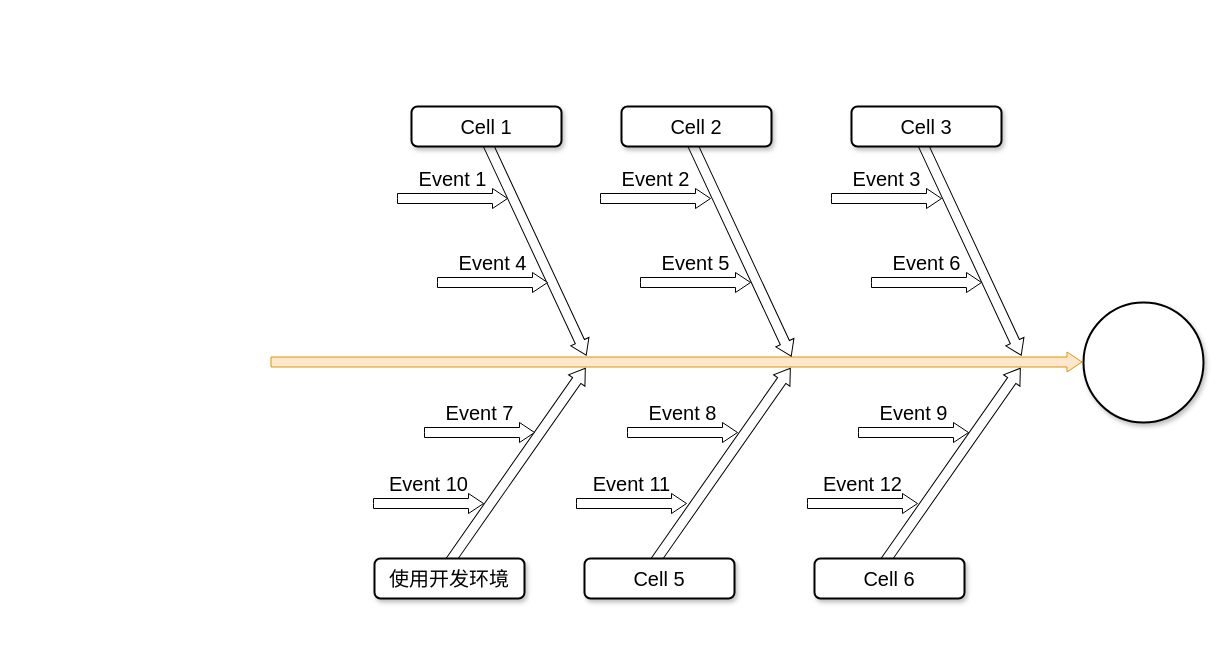
Before: 智能合约最佳实践流程.drawio in luuuuo/luuuuo_content, a draw.io diagram. Source tidied: cells renumbered, new cells numbered last; positions are measured from the earlier drawing's top-left corner, leaving out a move shared by most shapes. Both pictures are drawn from the tidied source at 100%, with x=0, y=0 at pixel (374, -44).
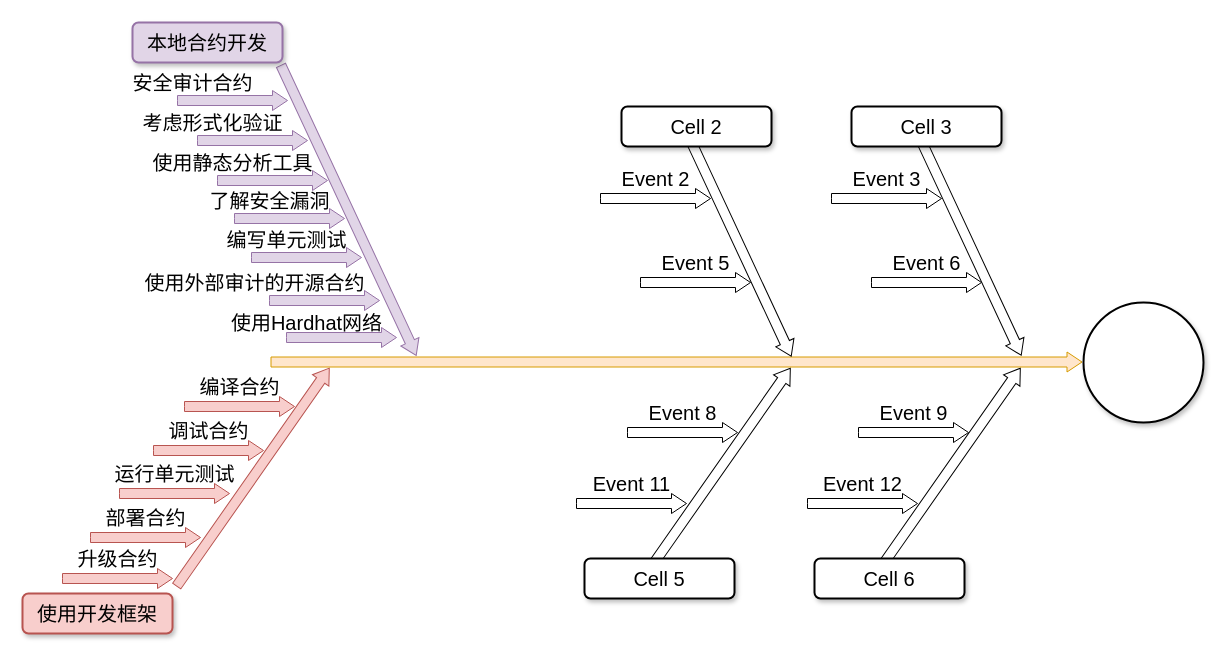
After the change.

Commit message:
更新智能合约最佳实践流程.drawio

Diff of the diagram source:
```diff
@@
-    <mxCell id="2" style="html=1;shadow=0;dashed=0;align=center;verticalAlign=middle;shape=mxgraph.arrows2.arrow;dy=0.5;dx=15;direction=north;notch=0;rounded=0;strokeWidth=1;fontSize=20;rotation=35;" parent="1" vertex="1">
-      <mxGeometry x="132" y="390" width="20" height="240" as="geometry" />
+    <mxCell id="2" style="html=1;shadow=0;dashed=0;align=center;verticalAlign=middle;shape=mxgraph.arrows2.arrow;dy=0.5;dx=15;direction=north;notch=0;rounded=0;strokeWidth=1;fontSize=20;rotation=35;fillColor=#f8cecc;strokeColor=#b85450;" parent="1" vertex="1">
+      <mxGeometry x="-131.5" y="387.6" width="20" height="266" as="geometry" />
     </mxCell>
@@
-    <mxCell id="6" style="html=1;shadow=0;dashed=0;align=center;verticalAlign=middle;shape=mxgraph.arrows2.arrow;dy=0.5;dx=15;direction=north;notch=0;rounded=0;strokeWidth=1;fontSize=20;rotation=155;" parent="1" vertex="1">
-      <mxGeometry x="151" y="170" width="20" height="240" as="geometry" />
+    <mxCell id="6" style="html=1;shadow=0;dashed=0;align=center;verticalAlign=middle;shape=mxgraph.arrows2.arrow;dy=0.5;dx=15;direction=north;notch=0;rounded=0;strokeWidth=1;fontSize=20;rotation=155;fillColor=#e1d5e7;strokeColor=#9673a6;" parent="1" vertex="1">
+      <mxGeometry x="-35.9" y="93.9" width="20" height="319.9" as="geometry" />
     </mxCell>
@@
-    <mxCell id="9" value="Cell 1" style="rounded=1;whiteSpace=wrap;html=1;shadow=1;strokeWidth=2;fontSize=20;" parent="1" vertex="1">
-      <mxGeometry x="37" y="150" width="150" height="40" as="geometry" />
+    <mxCell id="9" value="本地合约开发" style="rounded=1;whiteSpace=wrap;html=1;shadow=1;strokeWidth=2;fontSize=20;fillColor=#e1d5e7;strokeColor=#9673a6;" parent="1" vertex="1">
+      <mxGeometry x="-242" y="66" width="150" height="40" as="geometry" />
     </mxCell>
@@
-    <mxCell id="12" value="使用开发环境" style="rounded=1;whiteSpace=wrap;html=1;shadow=1;strokeWidth=2;fontSize=20;" parent="1" vertex="1">
-      <mxGeometry y="602" width="150" height="40" as="geometry" />
+    <mxCell id="12" value="使用开发框架" style="rounded=1;whiteSpace=wrap;html=1;shadow=1;strokeWidth=2;fontSize=20;fillColor=#f8cecc;strokeColor=#b85450;" parent="1" vertex="1">
+      <mxGeometry x="-352" y="637" width="150" height="40" as="geometry" />
     </mxCell>
@@
-    <mxCell id="16" value="Event 1" style="html=1;shadow=0;dashed=0;align=center;verticalAlign=middle;shape=mxgraph.arrows2.arrow;dy=0.5;dx=15;direction=north;notch=0;rounded=0;strokeWidth=1;fontSize=20;rotation=90;horizontal=0;labelPosition=left;verticalLabelPosition=middle;" parent="1" vertex="1">
-      <mxGeometry x="68" y="187" width="20" height="110" as="geometry" />
-    </mxCell>
@@
-    <mxCell id="19" value="Event 10" style="html=1;shadow=0;dashed=0;align=center;verticalAlign=middle;shape=mxgraph.arrows2.arrow;dy=0.5;dx=15;direction=north;notch=0;rounded=0;strokeWidth=1;fontSize=20;rotation=90;horizontal=0;labelPosition=left;verticalLabelPosition=middle;" parent="1" vertex="1">
-      <mxGeometry x="44" y="492" width="20" height="110" as="geometry" />
+    <mxCell id="19" value="调试合约" style="html=1;shadow=0;dashed=0;align=center;verticalAlign=middle;shape=mxgraph.arrows2.arrow;dy=0.5;dx=15;direction=north;notch=0;rounded=0;strokeWidth=1;fontSize=20;rotation=90;horizontal=0;labelPosition=left;verticalLabelPosition=middle;fillColor=#f8cecc;strokeColor=#b85450;" parent="1" vertex="1">
+      <mxGeometry x="-176" y="439" width="20" height="110" as="geometry" />
     </mxCell>
@@
-    <mxCell id="22" value="Event 4" style="html=1;shadow=0;dashed=0;align=center;verticalAlign=middle;shape=mxgraph.arrows2.arrow;dy=0.5;dx=15;direction=north;notch=0;rounded=0;strokeWidth=1;fontSize=20;rotation=90;horizontal=0;labelPosition=left;verticalLabelPosition=middle;" parent="1" vertex="1">
-      <mxGeometry x="108" y="271" width="20" height="110" as="geometry" />
-    </mxCell>
@@
-    <mxCell id="25" value="Event 7" style="html=1;shadow=0;dashed=0;align=center;verticalAlign=middle;shape=mxgraph.arrows2.arrow;dy=0.5;dx=15;direction=north;notch=0;rounded=0;strokeWidth=1;fontSize=20;rotation=90;horizontal=0;labelPosition=left;verticalLabelPosition=middle;" parent="1" vertex="1">
-      <mxGeometry x="95" y="421" width="20" height="110" as="geometry" />
+    <mxCell id="25" value="编译合约" style="html=1;shadow=0;dashed=0;align=center;verticalAlign=middle;shape=mxgraph.arrows2.arrow;dy=0.5;dx=15;direction=north;notch=0;rounded=0;strokeWidth=1;fontSize=20;rotation=90;horizontal=0;labelPosition=left;verticalLabelPosition=middle;fillColor=#f8cecc;strokeColor=#b85450;" parent="1" vertex="1">
+      <mxGeometry x="-145" y="395" width="20" height="110" as="geometry" />
     </mxCell>
@@
+    <mxCell id="28" value="部署合约" style="html=1;shadow=0;dashed=0;align=center;verticalAlign=middle;shape=mxgraph.arrows2.arrow;dy=0.5;dx=15;direction=north;notch=0;rounded=0;strokeWidth=1;fontSize=20;rotation=90;horizontal=0;labelPosition=left;verticalLabelPosition=middle;fillColor=#f8cecc;strokeColor=#b85450;" parent="1" vertex="1">
+      <mxGeometry x="-239" y="526" width="20" height="110" as="geometry" />
+    </mxCell>
+    <mxCell id="29" value="升级合约" style="html=1;shadow=0;dashed=0;align=center;verticalAlign=middle;shape=mxgraph.arrows2.arrow;dy=0.5;dx=15;direction=north;notch=0;rounded=0;strokeWidth=1;fontSize=20;rotation=90;horizontal=0;labelPosition=left;verticalLabelPosition=middle;fillColor=#f8cecc;strokeColor=#b85450;" parent="1" vertex="1">
+      <mxGeometry x="-267" y="567" width="20" height="110" as="geometry" />
+    </mxCell>
+    <mxCell id="30" value="运行单元测试" style="html=1;shadow=0;dashed=0;align=center;verticalAlign=middle;shape=mxgraph.arrows2.arrow;dy=0.5;dx=15;direction=north;notch=0;rounded=0;strokeWidth=1;fontSize=20;rotation=90;horizontal=0;labelPosition=left;verticalLabelPosition=middle;fillColor=#f8cecc;strokeColor=#b85450;" parent="1" vertex="1">
+      <mxGeometry x="-210" y="482" width="20" height="110" as="geometry" />
+    </mxCell>
+    <mxCell id="31" style="group;" parent="1" vertex="1">
+      <mxGeometry x="-240" y="306" width="245" height="48" as="geometry" />
+    </mxCell>
+    <mxCell id="32" style="html=1;shadow=0;dashed=0;align=center;verticalAlign=middle;shape=mxgraph.arrows2.arrow;dy=0.5;dx=15;direction=north;notch=0;rounded=0;strokeWidth=1;fontSize=20;rotation=90;horizontal=0;labelPosition=left;verticalLabelPosition=middle;fillColor=#e1d5e7;strokeColor=#9673a6;" parent="31" vertex="1">
+      <mxGeometry x="180" y="-17" width="20" height="110" as="geometry" />
+    </mxCell>
+    <mxCell id="33" value="&lt;font style=&quot;font-size: 20px;&quot;&gt;使用外部审计的开源合约&lt;/font&gt;" style="text;html=1;align=center;verticalAlign=middle;strokeColor=none;fillColor=none;" parent="31" vertex="1">
+      <mxGeometry width="240" height="40" as="geometry" />
+    </mxCell>
+    <mxCell id="34" style="group;" parent="1" vertex="1">
+      <mxGeometry x="-153" y="346" width="175" height="45" as="geometry" />
+    </mxCell>
+    <mxCell id="22" style="html=1;shadow=0;dashed=0;align=center;verticalAlign=middle;shape=mxgraph.arrows2.arrow;dy=0.5;dx=15;direction=north;notch=0;rounded=0;strokeWidth=1;fontSize=20;rotation=90;horizontal=0;labelPosition=left;verticalLabelPosition=middle;fillColor=#e1d5e7;strokeColor=#9673a6;" parent="34" vertex="1">
+      <mxGeometry x="110" y="-20" width="20" height="110" as="geometry" />
+    </mxCell>
+    <mxCell id="35" value="&lt;font style=&quot;font-size: 20px;&quot;&gt;使用Hardhat网络&lt;/font&gt;" style="text;html=1;align=center;verticalAlign=middle;strokeColor=none;fillColor=none;" parent="34" vertex="1">
+      <mxGeometry width="170" height="40" as="geometry" />
+    </mxCell>
+    <mxCell id="36" style="group;" parent="1" vertex="1">
+      <mxGeometry x="-258" y="263" width="245" height="48" as="geometry" />
+    </mxCell>
+    <mxCell id="37" style="html=1;shadow=0;dashed=0;align=center;verticalAlign=middle;shape=mxgraph.arrows2.arrow;dy=0.5;dx=15;direction=north;notch=0;rounded=0;strokeWidth=1;fontSize=20;rotation=90;horizontal=0;labelPosition=left;verticalLabelPosition=middle;fillColor=#e1d5e7;strokeColor=#9673a6;" parent="36" vertex="1">
+      <mxGeometry x="180" y="-17" width="20" height="110" as="geometry" />
+    </mxCell>
+    <mxCell id="38" value="&lt;font style=&quot;font-size: 20px;&quot;&gt;编写单元测试&lt;/font&gt;" style="text;html=1;align=center;verticalAlign=middle;strokeColor=none;fillColor=none;" parent="36" vertex="1">
+      <mxGeometry x="100" width="140" height="40" as="geometry" />
+    </mxCell>
+    <mxCell id="39" style="group;" parent="1" vertex="1">
+      <mxGeometry x="-275" y="224" width="245" height="48" as="geometry" />
+    </mxCell>
+    <mxCell id="40" style="html=1;shadow=0;dashed=0;align=center;verticalAlign=middle;shape=mxgraph.arrows2.arrow;dy=0.5;dx=15;direction=north;notch=0;rounded=0;strokeWidth=1;fontSize=20;rotation=90;horizontal=0;labelPosition=left;verticalLabelPosition=middle;fillColor=#e1d5e7;strokeColor=#9673a6;" parent="39" vertex="1">
+      <mxGeometry x="180" y="-17" width="20" height="110" as="geometry" />
+    </mxCell>
+    <mxCell id="41" value="&lt;font style=&quot;font-size: 20px;&quot;&gt;了解安全漏洞&lt;/font&gt;" style="text;html=1;align=center;verticalAlign=middle;strokeColor=none;fillColor=none;" parent="39" vertex="1">
+      <mxGeometry x="100" width="140" height="40" as="geometry" />
+    </mxCell>
+    <mxCell id="42" style="group;" parent="1" vertex="1">
+      <mxGeometry x="-122" y="186" width="260" height="48" as="geometry" />
+    </mxCell>
+    <mxCell id="43" style="html=1;shadow=0;dashed=0;align=center;verticalAlign=middle;shape=mxgraph.arrows2.arrow;dy=0.5;dx=15;direction=north;notch=0;rounded=0;strokeWidth=1;fontSize=20;rotation=90;horizontal=0;labelPosition=left;verticalLabelPosition=middle;fillColor=#e1d5e7;strokeColor=#9673a6;" parent="42" vertex="1">
+      <mxGeometry x="10" y="-17" width="20" height="110" as="geometry" />
+    </mxCell>
+    <mxCell id="44" value="&lt;font style=&quot;font-size: 20px;&quot;&gt;使用静态分析工具&lt;/font&gt;" style="text;html=1;align=center;verticalAlign=middle;strokeColor=none;fillColor=none;" parent="42" vertex="1">
+      <mxGeometry x="-110" width="180" height="40" as="geometry" />
+    </mxCell>
+    <mxCell id="45" style="group;" parent="1" vertex="1">
+      <mxGeometry x="-142" y="146" width="260" height="48" as="geometry" />
+    </mxCell>
+    <mxCell id="46" style="html=1;shadow=0;dashed=0;align=center;verticalAlign=middle;shape=mxgraph.arrows2.arrow;dy=0.5;dx=15;direction=north;notch=0;rounded=0;strokeWidth=1;fontSize=20;rotation=90;horizontal=0;labelPosition=left;verticalLabelPosition=middle;fillColor=#e1d5e7;strokeColor=#9673a6;" parent="45" vertex="1">
+      <mxGeometry x="10" y="-17" width="20" height="110" as="geometry" />
+    </mxCell>
+    <mxCell id="47" value="&lt;span style=&quot;font-size: 20px;&quot;&gt;考虑形式化验证&lt;/span&gt;" style="text;html=1;align=center;verticalAlign=middle;strokeColor=none;fillColor=none;" parent="45" vertex="1">
+      <mxGeometry x="-100" width="160" height="40" as="geometry" />
+    </mxCell>
+    <mxCell id="48" style="group;" parent="1" vertex="1">
+      <mxGeometry x="-162" y="106" width="260" height="48" as="geometry" />
+    </mxCell>
+    <mxCell id="49" style="html=1;shadow=0;dashed=0;align=center;verticalAlign=middle;shape=mxgraph.arrows2.arrow;dy=0.5;dx=15;direction=north;notch=0;rounded=0;strokeWidth=1;fontSize=20;rotation=90;horizontal=0;labelPosition=left;verticalLabelPosition=middle;fillColor=#e1d5e7;strokeColor=#9673a6;" parent="48" vertex="1">
+      <mxGeometry x="10" y="-17" width="20" height="110" as="geometry" />
+    </mxCell>
+    <mxCell id="50" value="&lt;span style=&quot;font-size: 20px;&quot;&gt;安全审计合约&lt;/span&gt;" style="text;html=1;align=center;verticalAlign=middle;strokeColor=none;fillColor=none;" parent="48" vertex="1">
+      <mxGeometry x="-90" width="140" height="40" as="geometry" />
+    </mxCell>
```
